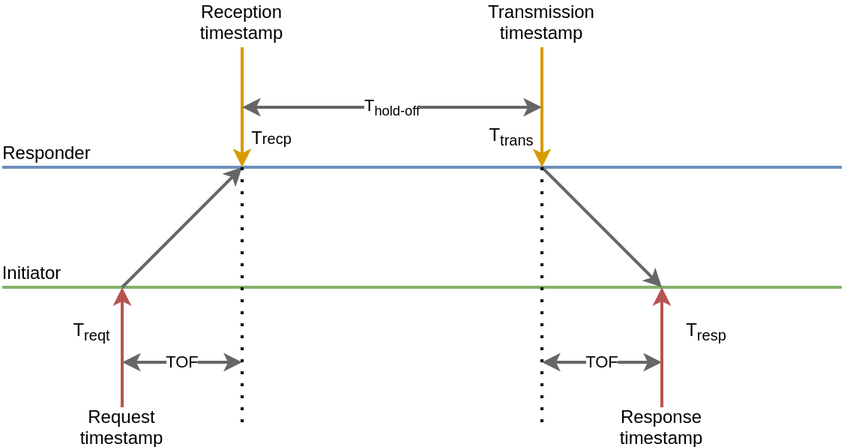
This is reports/03_firmware/img/twr_timing.png from tuannv-github/uwb-ips, a draw.io export, as it was before one commit. Source tidied: cells renumbered, new cells last; positions are measured from the earlier drawing's top-left corner, leaving out a move shared by most shapes.
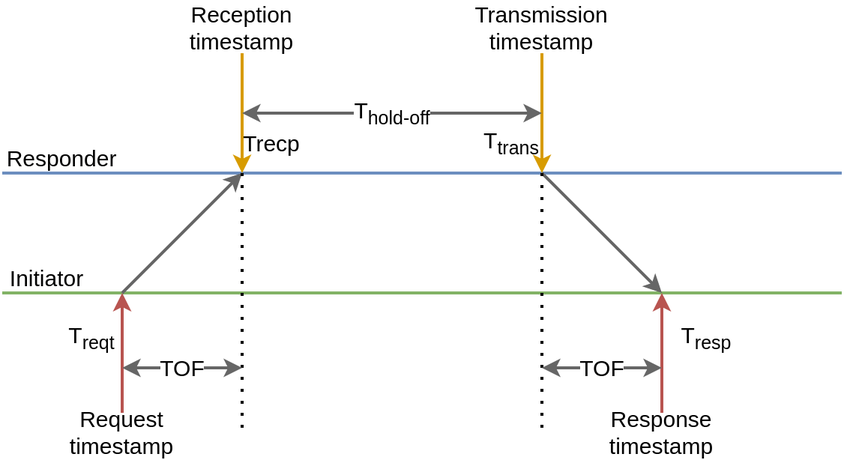
After the change.

Change to the diagram source:
```diff
@@ -26,7 +26,7 @@
         <mxPoint x="160" y="110" as="targetPoint" />
       </mxGeometry>
     </mxCell>
-    <mxCell id="6" value="Request&lt;br&gt;timestamp" style="text;html=1;strokeColor=none;fillColor=none;align=center;verticalAlign=middle;whiteSpace=wrap;rounded=0;" parent="1" vertex="1">
+    <mxCell id="6" value="&lt;font style=&quot;font-size: 15px&quot;&gt;Request&lt;br&gt;timestamp&lt;/font&gt;" style="text;html=1;strokeColor=none;fillColor=none;align=center;verticalAlign=middle;whiteSpace=wrap;rounded=0;" parent="1" vertex="1">
       <mxGeometry x="30" y="270" width="100" height="25" as="geometry" />
     </mxCell>
     <mxCell id="7" style="endArrow=classic;html=1;fillColor=#f5f5f5;strokeColor=#666666;strokeWidth=2;" parent="1" edge="1">
@@ -35,11 +35,11 @@
         <mxPoint x="160" y="110" as="targetPoint" />
       </mxGeometry>
     </mxCell>
-    <mxCell id="8" value="Responder" style="text;html=1;strokeColor=none;fillColor=none;align=center;verticalAlign=middle;whiteSpace=wrap;rounded=0;" parent="1" vertex="1">
-      <mxGeometry x="10" y="90" width="40" height="20" as="geometry" />
+    <mxCell id="8" value="&lt;font style=&quot;font-size: 15px&quot;&gt;Responder&lt;/font&gt;" style="text;html=1;strokeColor=none;fillColor=none;align=center;verticalAlign=middle;whiteSpace=wrap;rounded=0;" parent="1" vertex="1">
+      <mxGeometry x="20" y="90" width="40" height="20" as="geometry" />
     </mxCell>
-    <mxCell id="9" value="Initiator" style="text;html=1;strokeColor=none;fillColor=none;align=center;verticalAlign=middle;whiteSpace=wrap;rounded=0;" parent="1" vertex="1">
-      <mxGeometry y="170" width="40" height="20" as="geometry" />
+    <mxCell id="9" value="&lt;font style=&quot;font-size: 15px&quot;&gt;Initiator&lt;/font&gt;" style="text;html=1;strokeColor=none;fillColor=none;align=center;verticalAlign=middle;whiteSpace=wrap;rounded=0;" parent="1" vertex="1">
+      <mxGeometry x="10" y="170" width="40" height="20" as="geometry" />
     </mxCell>
     <mxCell id="10" style="endArrow=classic;html=1;fillColor=#f8cecc;strokeColor=#b85450;strokeWidth=2;" parent="1" edge="1">
       <mxGeometry relative="1" as="geometry">
@@ -47,7 +47,7 @@
         <mxPoint x="440" y="190" as="targetPoint" />
       </mxGeometry>
     </mxCell>
-    <mxCell id="11" value="Response&lt;br&gt;timestamp" style="text;html=1;strokeColor=none;fillColor=none;align=center;verticalAlign=middle;whiteSpace=wrap;rounded=0;" parent="1" vertex="1">
+    <mxCell id="11" value="&lt;font style=&quot;font-size: 15px&quot;&gt;Response&lt;br&gt;timestamp&lt;/font&gt;" style="text;html=1;strokeColor=none;fillColor=none;align=center;verticalAlign=middle;whiteSpace=wrap;rounded=0;" parent="1" vertex="1">
       <mxGeometry x="400" y="270" width="80" height="25" as="geometry" />
     </mxCell>
     <mxCell id="12" style="endArrow=classic;html=1;fillColor=#f5f5f5;strokeColor=#666666;strokeWidth=2;" parent="1" edge="1">
@@ -62,13 +62,13 @@
         <mxPoint x="360" y="110" as="targetPoint" />
       </mxGeometry>
     </mxCell>
-    <mxCell id="14" value="Transmission&lt;br&gt;timestamp" style="text;html=1;strokeColor=none;fillColor=none;align=center;verticalAlign=middle;whiteSpace=wrap;rounded=0;" parent="1" vertex="1">
+    <mxCell id="14" value="&lt;font style=&quot;font-size: 15px&quot;&gt;Transmission&lt;br&gt;timestamp&lt;/font&gt;" style="text;html=1;strokeColor=none;fillColor=none;align=center;verticalAlign=middle;whiteSpace=wrap;rounded=0;" parent="1" vertex="1">
       <mxGeometry x="320" width="80" height="25" as="geometry" />
     </mxCell>
-    <mxCell id="15" value="Reception&lt;br&gt;timestamp" style="text;html=1;strokeColor=none;fillColor=none;align=center;verticalAlign=middle;whiteSpace=wrap;rounded=0;" parent="1" vertex="1">
+    <mxCell id="15" value="&lt;font style=&quot;font-size: 15px&quot;&gt;Reception&lt;br&gt;timestamp&lt;/font&gt;" style="text;html=1;strokeColor=none;fillColor=none;align=center;verticalAlign=middle;whiteSpace=wrap;rounded=0;" parent="1" vertex="1">
       <mxGeometry x="120" width="80" height="25" as="geometry" />
     </mxCell>
-    <mxCell id="16" value="T&lt;sub&gt;hold-off&lt;/sub&gt;" style="endArrow=classic;startArrow=classic;html=1;fillColor=#f5f5f5;strokeColor=#666666;strokeWidth=2;" parent="1" edge="1">
+    <mxCell id="16" value="&lt;font style=&quot;font-size: 15px&quot;&gt;T&lt;sub&gt;hold-off&lt;/sub&gt;&lt;/font&gt;" style="endArrow=classic;startArrow=classic;html=1;fillColor=#f5f5f5;strokeColor=#666666;strokeWidth=2;" parent="1" edge="1">
       <mxGeometry relative="1" as="geometry">
         <mxPoint x="160" y="70" as="sourcePoint" />
         <mxPoint x="360" y="70" as="targetPoint" />
@@ -86,28 +86,28 @@
         <mxPoint x="360" y="110" as="targetPoint" />
       </mxGeometry>
     </mxCell>
-    <mxCell id="19" value="TOF" style="endArrow=classic;startArrow=classic;html=1;strokeWidth=2;fillColor=#f5f5f5;strokeColor=#666666;" parent="1" edge="1">
+    <mxCell id="19" value="&lt;font style=&quot;font-size: 15px&quot;&gt;TOF&lt;/font&gt;" style="endArrow=classic;startArrow=classic;html=1;strokeWidth=2;fillColor=#f5f5f5;strokeColor=#666666;" parent="1" edge="1">
       <mxGeometry relative="1" as="geometry">
         <mxPoint x="80" y="240" as="sourcePoint" />
         <mxPoint x="160" y="240" as="targetPoint" />
       </mxGeometry>
     </mxCell>
-    <mxCell id="20" value="TOF" style="endArrow=classic;startArrow=classic;html=1;strokeWidth=2;fillColor=#f5f5f5;strokeColor=#666666;" parent="1" edge="1">
+    <mxCell id="20" value="&lt;font style=&quot;font-size: 15px&quot;&gt;TOF&lt;/font&gt;" style="endArrow=classic;startArrow=classic;html=1;strokeWidth=2;fillColor=#f5f5f5;strokeColor=#666666;" parent="1" edge="1">
       <mxGeometry relative="1" as="geometry">
         <mxPoint x="360" y="240" as="sourcePoint" />
         <mxPoint x="440" y="240" as="targetPoint" />
       </mxGeometry>
     </mxCell>
-    <mxCell id="21" value="T&lt;sub&gt;reqt&lt;/sub&gt;" style="text;html=1;strokeColor=none;fillColor=none;align=center;verticalAlign=middle;whiteSpace=wrap;rounded=0;" parent="1" vertex="1">
+    <mxCell id="21" value="&lt;font style=&quot;font-size: 15px&quot;&gt;T&lt;sub&gt;reqt&lt;/sub&gt;&lt;/font&gt;" style="text;html=1;strokeColor=none;fillColor=none;align=center;verticalAlign=middle;whiteSpace=wrap;rounded=0;" parent="1" vertex="1">
       <mxGeometry x="40" y="210" width="40" height="20" as="geometry" />
     </mxCell>
-    <mxCell id="22" value="T&lt;sub&gt;resp&lt;/sub&gt;" style="text;html=1;strokeColor=none;fillColor=none;align=center;verticalAlign=middle;whiteSpace=wrap;rounded=0;" parent="1" vertex="1">
+    <mxCell id="22" value="&lt;font style=&quot;font-size: 15px&quot;&gt;T&lt;sub&gt;resp&lt;/sub&gt;&lt;/font&gt;" style="text;html=1;strokeColor=none;fillColor=none;align=center;verticalAlign=middle;whiteSpace=wrap;rounded=0;" parent="1" vertex="1">
       <mxGeometry x="450" y="210" width="40" height="20" as="geometry" />
     </mxCell>
-    <mxCell id="23" value="T&lt;sub&gt;trans&lt;/sub&gt;" style="text;html=1;strokeColor=none;fillColor=none;align=center;verticalAlign=middle;whiteSpace=wrap;rounded=0;" parent="1" vertex="1">
+    <mxCell id="23" value="&lt;font style=&quot;font-size: 15px&quot;&gt;T&lt;sub&gt;trans&lt;/sub&gt;&lt;/font&gt;" style="text;html=1;strokeColor=none;fillColor=none;align=center;verticalAlign=middle;whiteSpace=wrap;rounded=0;" parent="1" vertex="1">
       <mxGeometry x="320" y="80" width="40" height="20" as="geometry" />
     </mxCell>
-    <mxCell id="24" value="T&lt;span style=&quot;font-size: 10px&quot;&gt;recp&lt;/span&gt;" style="text;html=1;strokeColor=none;fillColor=none;align=center;verticalAlign=middle;whiteSpace=wrap;rounded=0;" parent="1" vertex="1">
+    <mxCell id="24" value="&lt;font style=&quot;font-size: 15px&quot;&gt;Trecp&lt;/font&gt;" style="text;html=1;strokeColor=none;fillColor=none;align=center;verticalAlign=middle;whiteSpace=wrap;rounded=0;" parent="1" vertex="1">
       <mxGeometry x="160" y="80" width="40" height="20" as="geometry" />
     </mxCell>
   </root>
```
